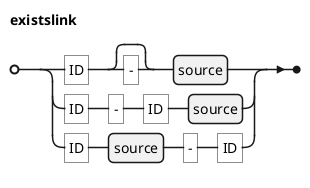
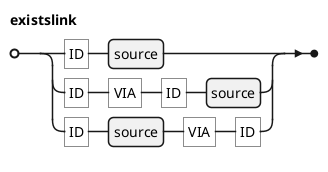
@startebnf
' border and background
skinparam legendBorderColor transparent
skinparam legendBackgroundColor white

'title existslink

- existslink = "ID", ["-"], source
-   | "ID", "-", "ID", source
-   | "ID", source, "-", "ID"
+ existslink = "ID", source
+   | "ID", "VIA", "ID", source
+   | "ID", source, "VIA", "ID"
;

@endebnf
